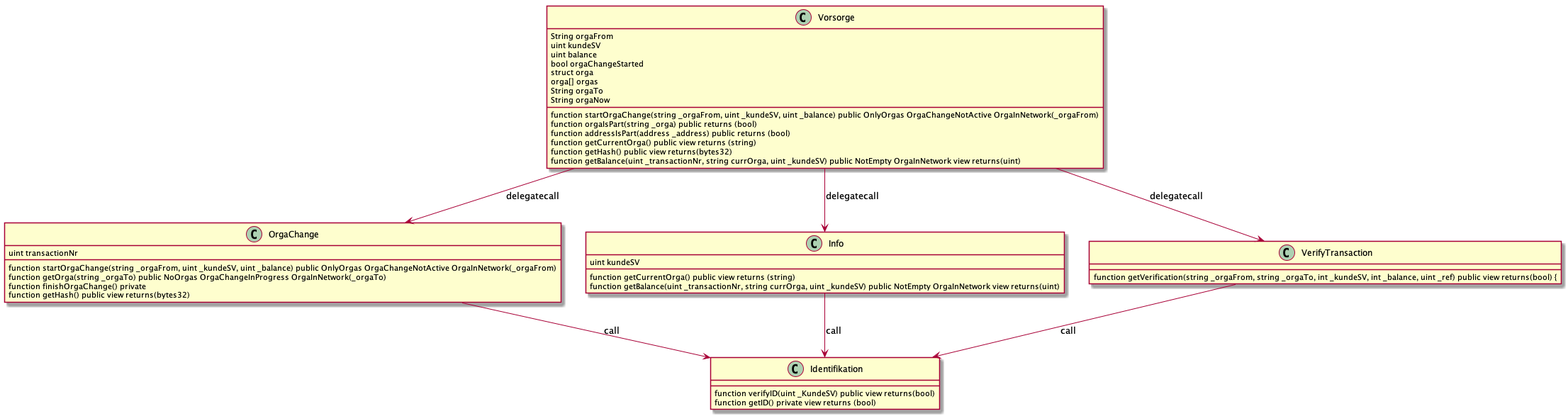
This is docs/VVS_classes.png from TK5-Tim/Unibas-BCC2019-VVS, a PlantUML export, as it was before one commit.
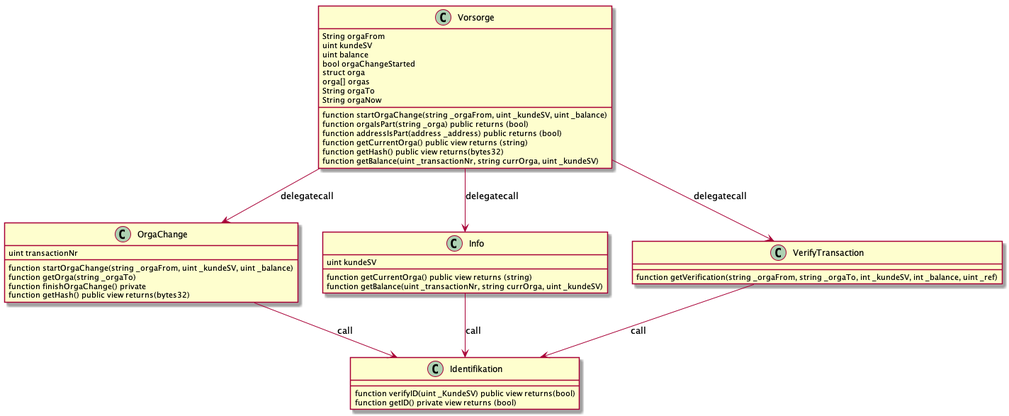
After the change.

Commit message:
updated contract and class diagram

Diff of the diagram source:
```diff
@@ -8,19 +8,19 @@
     orga[] orgas
     String orgaTo
     String orgaNow
-    function startOrgaChange(string _orgaFrom, uint _kundeSV, uint _balance) public OnlyOrgas OrgaChangeNotActive OrgaInNetwork(_orgaFrom)
+    function startOrgaChange(string _orgaFrom, uint _kundeSV, uint _balance)
     function orgaIsPart(string _orga) public returns (bool)
     function addressIsPart(address _address) public returns (bool)
     function getCurrentOrga() public view returns (string)
     function getHash() public view returns(bytes32)
-    function getBalance(uint _transactionNr, string currOrga, uint _kundeSV) public NotEmpty OrgaInNetwork view returns(uint)
+    function getBalance(uint _transactionNr, string currOrga, uint _kundeSV)
 }
 class OrgaChange {
     uint transactionNr
 
 
-    function startOrgaChange(string _orgaFrom, uint _kundeSV, uint _balance) public OnlyOrgas OrgaChangeNotActive OrgaInNetwork(_orgaFrom)
-    function getOrga(string _orgaTo) public NoOrgas OrgaChangeInProgress OrgaInNetwork(_orgaTo)
+    function startOrgaChange(string _orgaFrom, uint _kundeSV, uint _balance)
+    function getOrga(string _orgaTo)
     function finishOrgaChange() private
     function getHash() public view returns(bytes32)
 
@@ -31,7 +31,7 @@
 class Info {
     uint kundeSV
     function getCurrentOrga() public view returns (string)
-    function getBalance(uint _transactionNr, string currOrga, uint _kundeSV) public NotEmpty OrgaInNetwork view returns(uint)
+    function getBalance(uint _transactionNr, string currOrga, uint _kundeSV)
 }
 class Identifikation {
     function verifyID(uint _KundeSV) public view returns(bool)
@@ -40,7 +40,7 @@
 }
 class VerifyTransaction {
 
-function getVerification(string _orgaFrom, string _orgaTo, int _kundeSV, int _balance, uint _ref) public view returns(bool) {
+function getVerification(string _orgaFrom, string _orgaTo, int _kundeSV, int _balance, uint _ref)
 
 }
 
```
